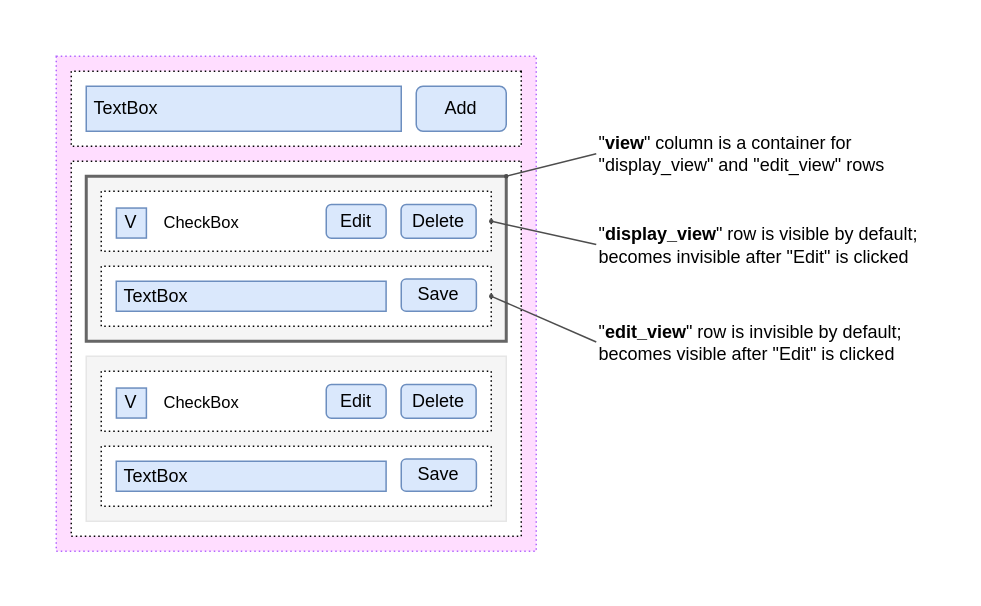
The draw.io diagram page "Step 2" (2 of 2) of drawings/ToDo tutorial/ToDo tutorial.drawio in yeshua453/website, before the edit. Source tidied: cells renumbered, new cells numbered last; positions are measured from the earlier drawing's top-left corner, leaving out a move shared by most shapes. Both pictures are drawn from the tidied source at 150%, with x=0, y=0 at pixel (26, 26).
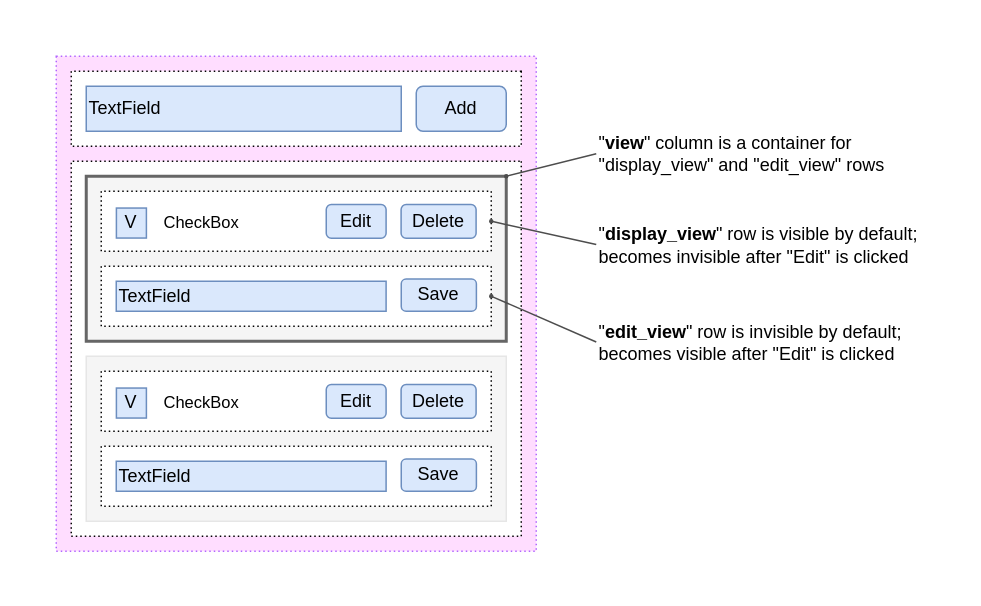
The same diagram, later.

Commit message (it also covers changes not shown here):
updated step 2 diagram

Diff of the diagram source:
```diff
@@
-    <mxCell id="9" value="&amp;nbsp;TextBox" style="rounded=0;whiteSpace=wrap;html=1;fillColor=#dae8fc;sketch=0;strokeColor=#6c8ebf;align=left;" parent="1" vertex="1">
+    <mxCell id="9" value="TextField" style="rounded=0;whiteSpace=wrap;html=1;fillColor=#dae8fc;sketch=0;strokeColor=#6c8ebf;align=left;" parent="1" vertex="1">
       <mxGeometry x="40" y="40" width="210" height="30" as="geometry" />
     </mxCell>
@@
-    <mxCell id="18" value="&amp;nbsp;TextBox" style="rounded=0;whiteSpace=wrap;html=1;fillColor=#dae8fc;sketch=0;strokeColor=#6c8ebf;align=left;" parent="1" vertex="1">
+    <mxCell id="18" value="TextField" style="rounded=0;whiteSpace=wrap;html=1;fillColor=#dae8fc;sketch=0;strokeColor=#6c8ebf;align=left;" parent="1" vertex="1">
       <mxGeometry x="60" y="170" width="179.9" height="20" as="geometry" />
     </mxCell>
@@
-    <mxCell id="27" value="&amp;nbsp;TextBox" style="rounded=0;whiteSpace=wrap;html=1;fillColor=#dae8fc;sketch=0;strokeColor=#6c8ebf;align=left;" parent="1" vertex="1">
+    <mxCell id="27" value="TextField" style="rounded=0;whiteSpace=wrap;html=1;fillColor=#dae8fc;sketch=0;strokeColor=#6c8ebf;align=left;" parent="1" vertex="1">
       <mxGeometry x="60" y="290" width="179.9" height="20" as="geometry" />
     </mxCell>
```
